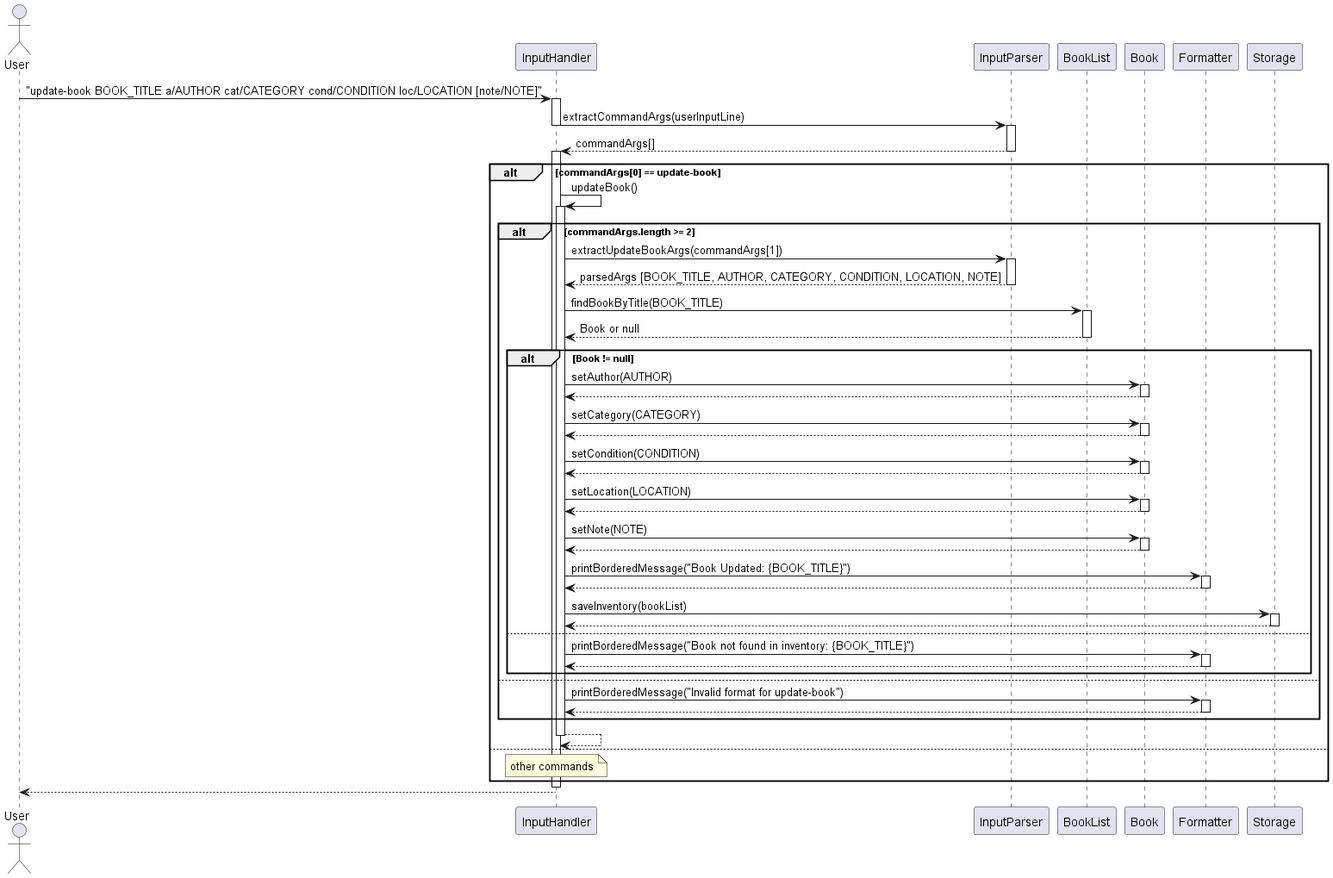
The PlantUML diagram docs/images/updateBook.png in AY2425S2-CS2113-T12-2/tp, before a commit.
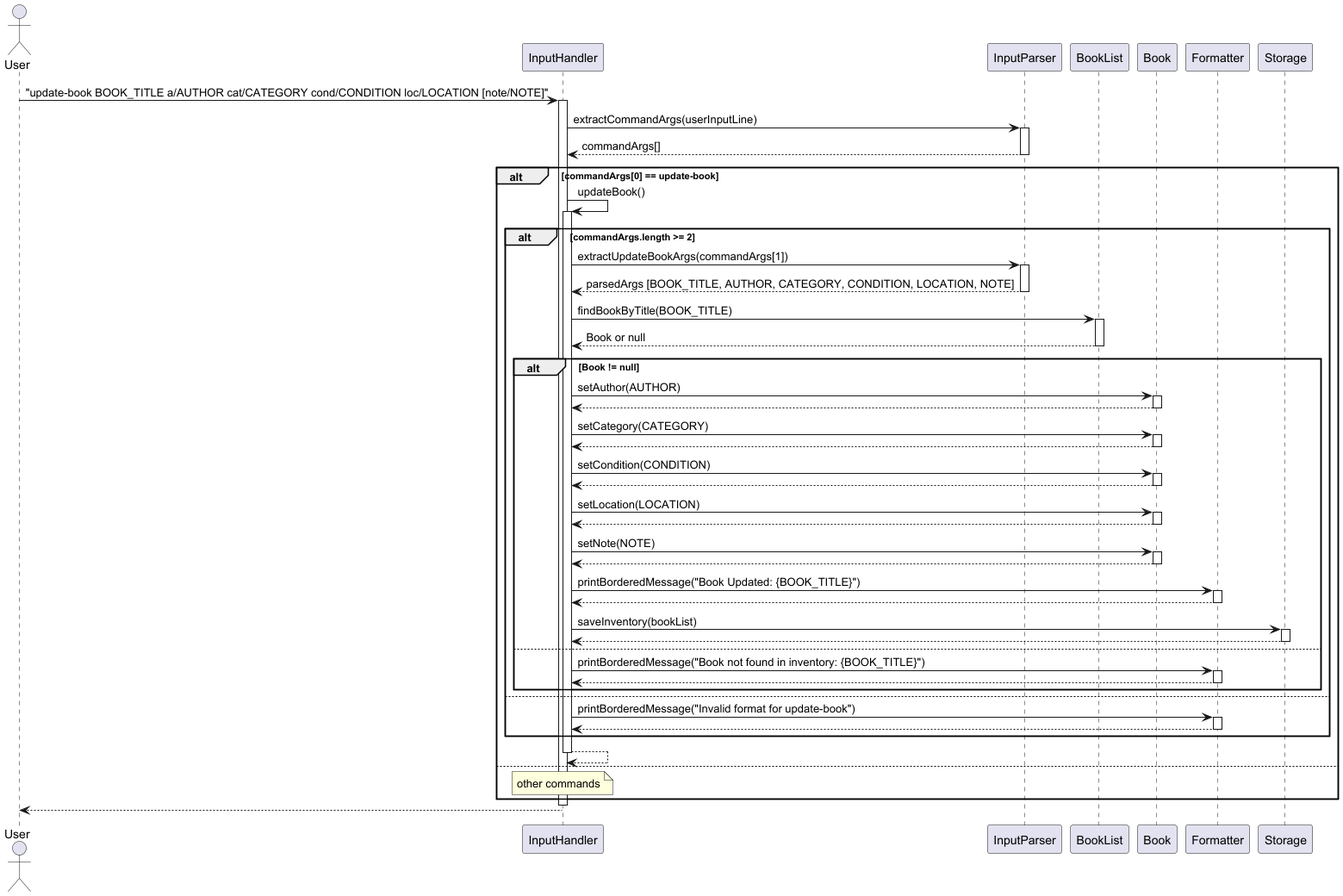
The same file after the commit.

The edit, as a diff of the source:
```diff
@@ -11,12 +11,10 @@
 activate InputHandler
 
 InputHandler -> InputParser: extractCommandArgs(userInputLine)
-deactivate InputHandler
 activate InputParser
 
 InputParser --> InputHandler: commandArgs[]
 deactivate InputParser
-activate InputHandler
 
 alt commandArgs[0] == update-book
     InputHandler -> InputHandler : updateBook()
```
